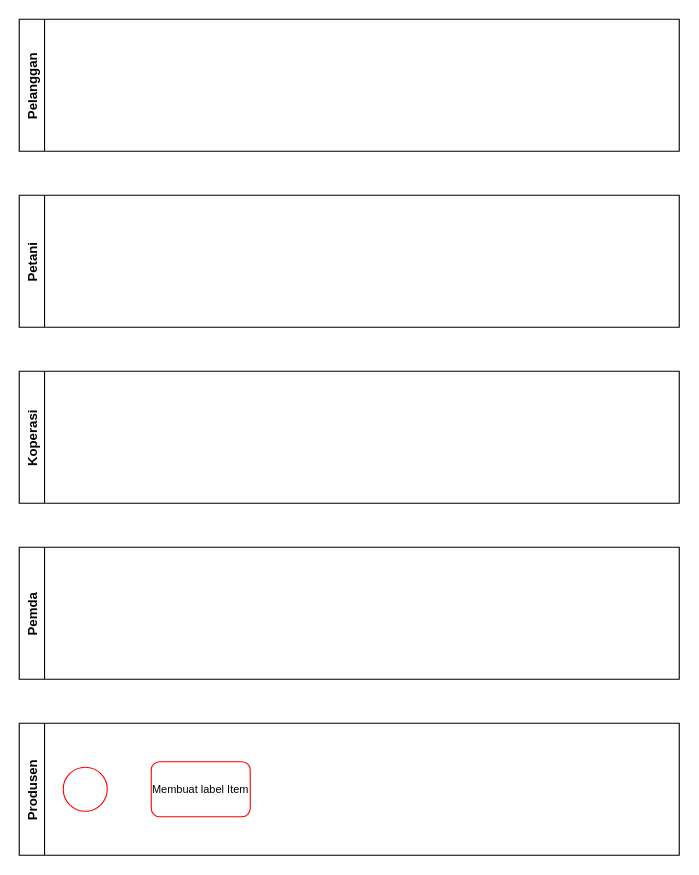
hanggaa/Diagram keeps this draw.io diagram as BPMN1.drawio. Above is the earlier version. Source tidied: cells renumbered, new cells numbered last; positions are measured from the earlier drawing's top-left corner, leaving out a move shared by most shapes. Both pictures are drawn from the tidied source at 110%, with x=0, y=0 at pixel (19, 19).
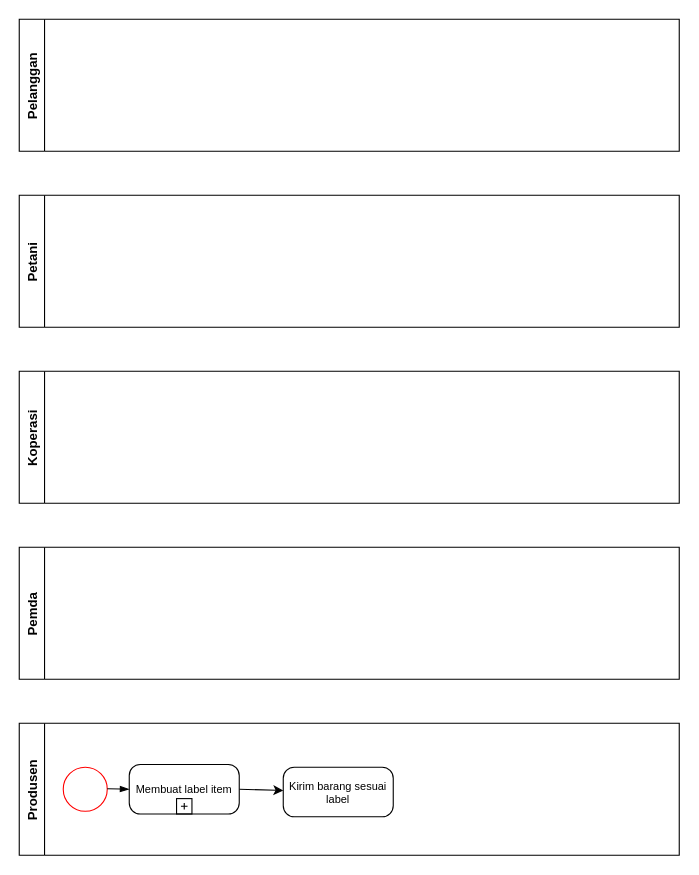
The same diagram, later.

What changed in the source:
```diff
@@
 <mxGraphModel>
   <root>
     <mxCell id="0" />
     <mxCell id="1" parent="0" />
     <mxCell id="2" value="Pemda" style="swimlane;horizontal=0;" parent="1" vertex="1">
       <mxGeometry y="480" width="600" height="120" as="geometry" />
     </mxCell>
     <mxCell id="3" value="Koperasi" style="swimlane;horizontal=0;" parent="1" vertex="1">
       <mxGeometry y="320" width="600" height="120" as="geometry" />
     </mxCell>
     <mxCell id="4" value="Petani" style="swimlane;horizontal=0;startSize=23;" parent="1" vertex="1">
       <mxGeometry y="160" width="600" height="120" as="geometry" />
     </mxCell>
     <mxCell id="5" value="Pelanggan" style="swimlane;horizontal=0;startSize=23;" parent="1" vertex="1">
       <mxGeometry width="600" height="120" as="geometry" />
     </mxCell>
     <mxCell id="6" value="Produsen" style="swimlane;horizontal=0;startSize=23;" parent="1" vertex="1">
       <mxGeometry y="640" width="600" height="120" as="geometry" />
     </mxCell>
     <mxCell id="7" style="ellipse;whiteSpace=wrap;html=1;strokeColor=#FF0000;" parent="6" vertex="1">
       <mxGeometry x="40" y="40" width="40" height="40" as="geometry" />
     </mxCell>
-    <mxCell id="8" value="&lt;font style=&quot;font-size: 10px&quot;&gt;Membuat label Item&lt;/font&gt;" style="rounded=1;whiteSpace=wrap;html=1;strokeColor=#FF0000;" parent="6" vertex="1">
-      <mxGeometry x="120" y="35" width="90" height="50" as="geometry" />
-    </mxCell>
+    <mxCell id="9" value="Kirim barang sesuai label" style="points=[[0.25,0,0],[0.5,0,0],[0.75,0,0],[1,0.25,0],[1,0.5,0],[1,0.75,0],[0.75,1,0],[0.5,1,0],[0.25,1,0],[0,0.75,0],[0,0.5,0],[0,0.25,0]];shape=mxgraph.bpmn.task;whiteSpace=wrap;rectStyle=rounded;size=10;taskMarker=abstract;fontSize=10;" parent="6" vertex="1">
+      <mxGeometry x="240" y="40" width="100" height="45" as="geometry" />
+    </mxCell>
+    <mxCell id="10" style="edgeStyle=none;rounded=0;jettySize=auto;html=1;exitX=1;exitY=0.5;exitDx=0;exitDy=0;exitPerimeter=0;fontSize=10;" parent="6" edge="1" source="11" target="9">
+      <mxGeometry relative="1" as="geometry" />
+    </mxCell>
+    <mxCell id="11" value="Membuat label item" style="points=[[0.25,0,0],[0.5,0,0],[0.75,0,0],[1,0.25,0],[1,0.5,0],[1,0.75,0],[0.75,1,0],[0.5,1,0],[0.25,1,0],[0,0.75,0],[0,0.5,0],[0,0.25,0]];shape=mxgraph.bpmn.task;whiteSpace=wrap;rectStyle=rounded;size=10;taskMarker=abstract;isLoopSub=1;fontSize=10;" parent="6" vertex="1">
+      <mxGeometry x="100" y="37.5" width="100" height="45" as="geometry" />
+    </mxCell>
+    <mxCell id="12" style="fontSize=12;html=1;endArrow=blockThin;endFill=1;rounded=0;entryX=0;entryY=0.5;entryDx=0;entryDy=0;entryPerimeter=0;" parent="6" edge="1" target="11">
+      <mxGeometry relative="1" as="geometry">
+        <mxPoint x="80" y="59.5" as="sourcePoint" />
+      </mxGeometry>
+    </mxCell>
   </root>
 </mxGraphModel>
```
